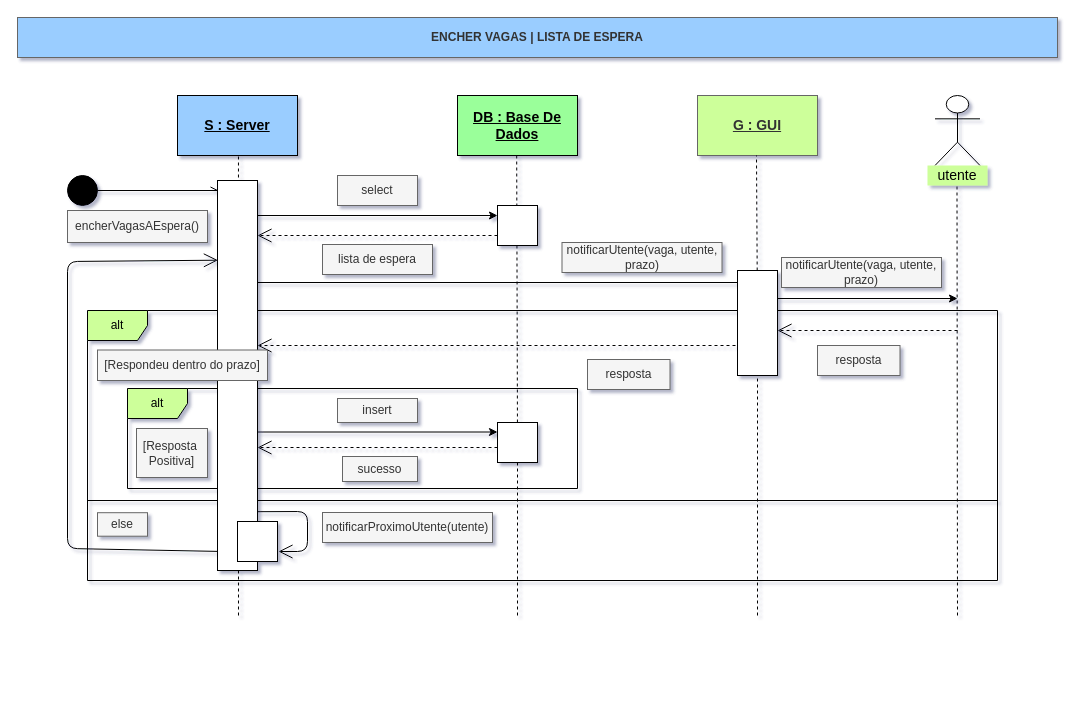
Above: Diagrama de Sequencia - Lista de Espera.drawio in getSierralta/Si-Centro-Hospitalar-Upskill (draw.io), before the change. Source tidied: cells renumbered, new cells numbered last; positions are measured from the earlier drawing's top-left corner, leaving out a move shared by most shapes. Both pictures are drawn from the tidied source at 100%, with x=0, y=0 at pixel (17, 17).
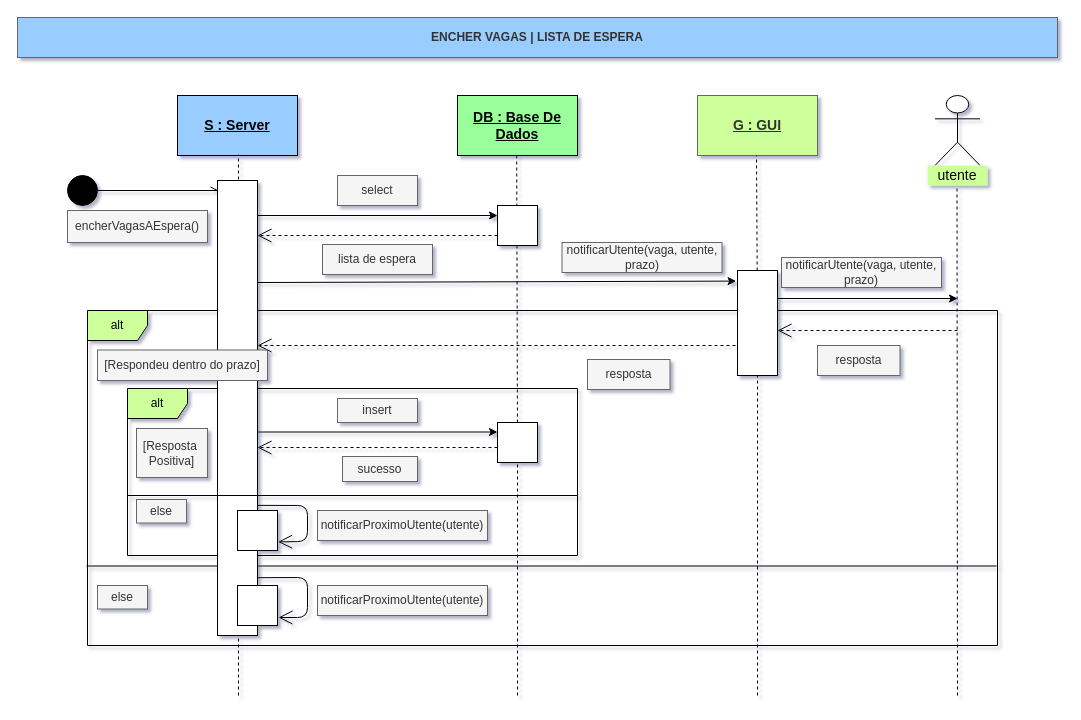
Above is the later version.

Unchanged cells that the change refers to:
```xml
<mxCell id="10" value="&lt;font style=&quot;font-size: 14px&quot;&gt;&lt;b&gt;&lt;u&gt;S : Server&lt;/u&gt;&lt;/b&gt;&lt;/font&gt;" style="rounded=0;whiteSpace=wrap;html=1;fillColor=#9ACDFF;" parent="1" vertex="1">
  <mxGeometry x="160" y="78" width="120" height="60" as="geometry" />
</mxCell>
<mxCell id="38" style="rounded=0;whiteSpace=wrap;html=1;strokeColor=#000000;fillColor=#FFFFFF;" parent="1" vertex="1">
  <mxGeometry x="720" y="253" width="40" height="105" as="geometry" />
</mxCell>
<mxCell id="44" style="rounded=0;whiteSpace=wrap;html=1;strokeColor=#000000;fillColor=#FFFFFF;" parent="1" vertex="1">
  <mxGeometry x="480" y="405" width="40" height="40" as="geometry" />
</mxCell>
```

What changed in the source:
```diff
@@
     <mxCell id="2" value="alt" style="shape=umlFrame;whiteSpace=wrap;html=1;strokeColor=#000000;fillColor=#CDFF9A;" parent="1" vertex="1">
-      <mxGeometry x="70" y="293" width="910" height="270" as="geometry" />
+      <mxGeometry x="70" y="293" width="910" height="335" as="geometry" />
     </mxCell>
     <mxCell id="3" style="line;strokeWidth=1;fillColor=none;align=left;verticalAlign=middle;spacingTop=-1;spacingLeft=3;spacingRight=3;labelPosition=right;" parent="1" vertex="1">
-      <mxGeometry x="70" y="479" width="910" height="8" as="geometry" />
+      <mxGeometry x="69" y="544.5" width="910" height="8" as="geometry" />
     </mxCell>
     <mxCell id="4" value="alt" style="shape=umlFrame;whiteSpace=wrap;html=1;strokeColor=#000000;fillColor=#CDFF9A;" parent="1" vertex="1">
-      <mxGeometry x="110" y="371" width="450" height="100" as="geometry" />
+      <mxGeometry x="110" y="371" width="450" height="167" as="geometry" />
     </mxCell>
@@
     <mxCell id="13" style="endArrow=none;dashed=1;html=1;entryX=0.508;entryY=0.987;entryDx=0;entryDy=0;entryPerimeter=0;" parent="1" edge="1" target="10">
       <mxGeometry relative="1" as="geometry">
-        <mxPoint x="221" y="598" as="sourcePoint" />
+        <mxPoint x="221" y="678" as="sourcePoint" />
       </mxGeometry>
     </mxCell>
@@
-    <mxCell id="21" style="endArrow=classic;html=1;" parent="1" edge="1">
+    <mxCell id="21" style="endArrow=classic;html=1;entryX=-0.035;entryY=0.101;entryDx=0;entryDy=0;entryPerimeter=0;" parent="1" edge="1" target="38">
       <mxGeometry relative="1" as="geometry">
         <mxPoint x="240" y="265" as="sourcePoint" />
-        <mxPoint x="760" y="265" as="targetPoint" />
       </mxGeometry>
     </mxCell>
     <mxCell id="22" style="endArrow=none;dashed=1;html=1;rounded=1;" parent="1" edge="1">
       <mxGeometry relative="1" as="geometry">
-        <mxPoint x="940" y="598" as="sourcePoint" />
+        <mxPoint x="940" y="678" as="sourcePoint" />
         <mxPoint x="939.5" y="168" as="targetPoint" />
       </mxGeometry>
     </mxCell>
@@
     <mxCell id="34" style="endArrow=none;dashed=1;html=1;rounded=1;" parent="1" edge="1" target="38">
       <mxGeometry relative="1" as="geometry">
-        <mxPoint x="740" y="598" as="sourcePoint" />
+        <mxPoint x="740" y="678" as="sourcePoint" />
       </mxGeometry>
     </mxCell>
     <mxCell id="35" style="rounded=0;whiteSpace=wrap;html=1;strokeColor=#000000;fillColor=#FFFFFF;" parent="1" vertex="1">
-      <mxGeometry x="200" y="163" width="40" height="390" as="geometry" />
+      <mxGeometry x="200" y="163" width="40" height="455" as="geometry" />
     </mxCell>
@@
     <mxCell id="39" value="else" style="text;html=1;strokeColor=#666666;align=center;verticalAlign=middle;whiteSpace=wrap;rounded=0;fillColor=#f5f5f5;fontColor=#333333;" parent="1" vertex="1">
-      <mxGeometry x="80" y="495.2" width="50" height="23.5" as="geometry" />
+      <mxGeometry x="80" y="568" width="50" height="23.5" as="geometry" />
     </mxCell>
     <mxCell id="40" style="rounded=0;whiteSpace=wrap;html=1;strokeColor=#000000;fillColor=#FFFFFF;" parent="1" vertex="1">
-      <mxGeometry x="220" y="504" width="40" height="40" as="geometry" />
+      <mxGeometry x="220" y="568" width="40" height="40" as="geometry" />
     </mxCell>
     <mxCell id="41" style="endArrow=open;endFill=1;endSize=12;html=1;exitX=0.99;exitY=0.855;exitDx=0;exitDy=0;exitPerimeter=0;entryX=1.025;entryY=0.85;entryDx=0;entryDy=0;entryPerimeter=0;" parent="1" edge="1">
       <mxGeometry relative="1" as="geometry">
-        <mxPoint x="239.6" y="494.2" as="sourcePoint" />
-        <mxPoint x="261" y="534" as="targetPoint" />
+        <mxPoint x="239.6" y="560.2" as="sourcePoint" />
+        <mxPoint x="261" y="600" as="targetPoint" />
         <Array as="points">
-          <mxPoint x="290" y="494" />
-          <mxPoint x="290" y="534" />
+          <mxPoint x="290" y="560" />
+          <mxPoint x="290" y="600" />
         </Array>
       </mxGeometry>
     </mxCell>
     <mxCell id="42" value="notificarProximoUtente(utente)" style="text;html=1;strokeColor=#666666;align=center;verticalAlign=middle;whiteSpace=wrap;rounded=0;fillColor=#f5f5f5;fontColor=#333333;" parent="1" vertex="1">
-      <mxGeometry x="305" y="495" width="170" height="30" as="geometry" />
+      <mxGeometry x="300" y="568" width="170" height="30" as="geometry" />
     </mxCell>
@@
     <mxCell id="45" style="endArrow=none;dashed=1;html=1;rounded=1;" parent="1" edge="1" target="44">
       <mxGeometry relative="1" as="geometry">
-        <mxPoint x="500" y="598" as="sourcePoint" />
+        <mxPoint x="500" y="678" as="sourcePoint" />
       </mxGeometry>
     </mxCell>
-    <mxCell id="46" style="endArrow=open;endFill=1;endSize=12;html=1;exitX=0.01;exitY=0.945;exitDx=0;exitDy=0;exitPerimeter=0;entryX=0.01;entryY=0.147;entryDx=0;entryDy=0;entryPerimeter=0;" parent="1" edge="1">
-      <mxGeometry relative="1" as="geometry">
-        <mxPoint x="200.4" y="533.9" as="sourcePoint" />
-        <mxPoint x="200.4" y="242.7" as="targetPoint" />
-        <Array as="points">
-          <mxPoint x="50" y="531" />
-          <mxPoint x="50" y="244" />
-        </Array>
-      </mxGeometry>
-    </mxCell>
+    <mxCell id="47" style="rounded=0;whiteSpace=wrap;html=1;strokeColor=#000000;fillColor=#FFFFFF;" parent="1" vertex="1">
+      <mxGeometry x="220" y="493" width="40" height="40" as="geometry" />
+    </mxCell>
+    <mxCell id="48" style="line;strokeWidth=1;fillColor=none;align=left;verticalAlign=middle;spacingTop=-1;spacingLeft=3;spacingRight=3;labelPosition=right;" parent="1" vertex="1">
+      <mxGeometry x="110" y="474" width="450" height="8" as="geometry" />
+    </mxCell>
+    <mxCell id="49" style="endArrow=open;endFill=1;endSize=12;html=1;exitX=1;exitY=0.714;exitDx=0;exitDy=0;exitPerimeter=0;entryX=1.015;entryY=0.785;entryDx=0;entryDy=0;entryPerimeter=0;" parent="1" edge="1" source="35" target="47">
+      <mxGeometry relative="1" as="geometry">
+        <Array as="points">
+          <mxPoint x="290" y="488" />
+          <mxPoint x="290" y="524" />
+        </Array>
+      </mxGeometry>
+    </mxCell>
+    <mxCell id="50" value="notificarProximoUtente(utente)" style="text;html=1;strokeColor=#666666;align=center;verticalAlign=middle;whiteSpace=wrap;rounded=0;fillColor=#f5f5f5;fontColor=#333333;" parent="1" vertex="1">
+      <mxGeometry x="300" y="493" width="170" height="30" as="geometry" />
+    </mxCell>
+    <mxCell id="51" value="else" style="text;html=1;strokeColor=#666666;align=center;verticalAlign=middle;whiteSpace=wrap;rounded=0;fillColor=#f5f5f5;fontColor=#333333;" parent="1" vertex="1">
+      <mxGeometry x="119" y="482" width="50" height="23.5" as="geometry" />
+    </mxCell>
```
